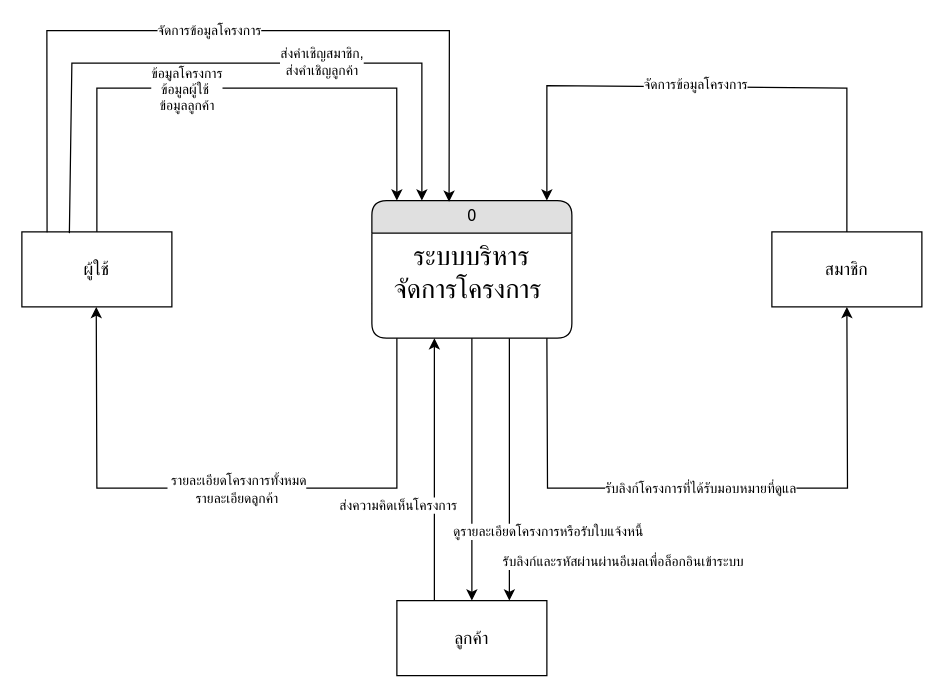
This is dataflow-pms.drawio from NewSnooker/it-udvc-pms, a draw.io file, before an edit. Source tidied: cells renumbered, new cells numbered last; positions are measured from the earlier drawing's top-left corner, leaving out a move shared by most shapes. Both pictures are drawn from the tidied source at 125%, with x=0, y=0 at pixel (21, 30).
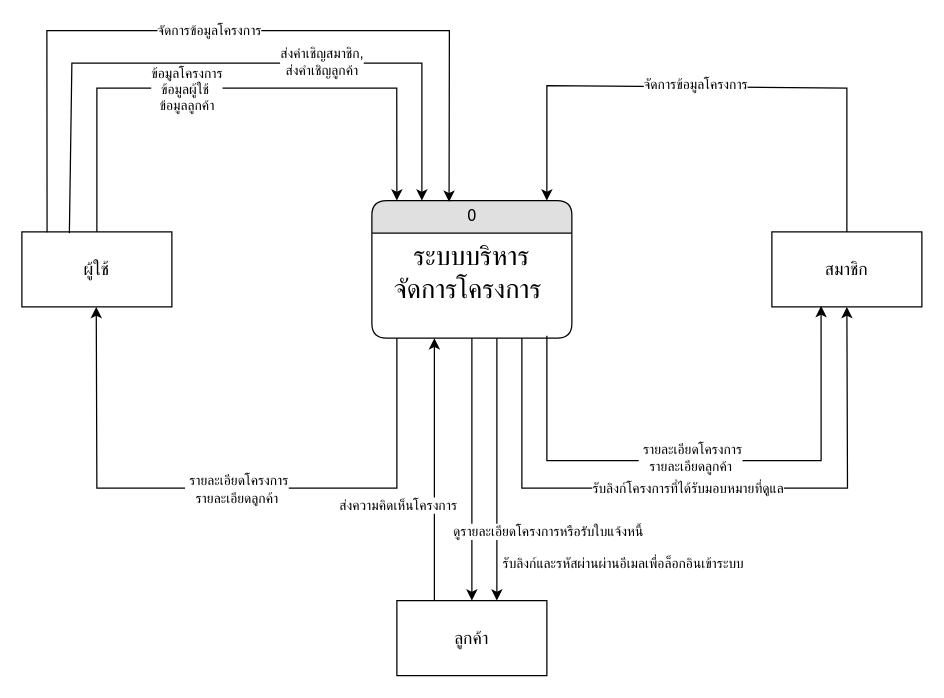
After the change.

Unchanged cells that the change refers to:
```xml
<mxCell id="3" value="0" style="swimlane;html=1;fontStyle=0;horizontal=1;startSize=26;fillColor=#e0e0e0;swimlaneFillColor=#ffffff;align=center;rounded=1;shadow=0;comic=0;labelBackgroundColor=none;strokeWidth=1;fontFamily=Verdana;fontSize=12;" parent="1" vertex="1">
  <mxGeometry x="280" y="136" width="160" height="110" as="geometry" />
</mxCell>
<mxCell id="8" value="&lt;span style=&quot;font-size: 14px; text-wrap-mode: nowrap;&quot;&gt;สมาชิก&lt;/span&gt;" style="whiteSpace=wrap;html=1;" parent="1" vertex="1">
  <mxGeometry x="600" y="161" width="120" height="60" as="geometry" />
</mxCell>
<mxCell id="11" value="&lt;span style=&quot;font-size: 14px; text-wrap-mode: nowrap;&quot;&gt;ลูกค้า&lt;/span&gt;" style="whiteSpace=wrap;html=1;" parent="1" vertex="1">
  <mxGeometry x="300" y="456" width="120" height="60" as="geometry" />
</mxCell>
<mxCell id="16" style="endArrow=classic;html=1;rounded=0;" parent="1" edge="1">
  <mxGeometry relative="1" as="geometry">
    <mxPoint x="300" y="246" as="sourcePoint" />
    <mxPoint x="59.5" y="221" as="targetPoint" />
    <Array as="points">
      <mxPoint x="300" y="366" />
      <mxPoint x="60" y="366" />
    </Array>
  </mxGeometry>
</mxCell>
```

The edit, as a diff of the source:
```diff
@@
-    <mxCell id="14" style="endArrow=classic;html=1;rounded=0;exitX=0.75;exitY=0;exitDx=0;exitDy=0;entryX=0.75;entryY=0;entryDx=0;entryDy=0;" parent="1" edge="1" target="11">
+    <mxCell id="14" style="endArrow=classic;html=1;rounded=0;exitX=0.75;exitY=0;exitDx=0;exitDy=0;entryX=0.75;entryY=0;entryDx=0;entryDy=0;" parent="1" edge="1">
       <mxGeometry x="0.44" y="90" relative="1" as="geometry">
-        <mxPoint x="390" y="246" as="sourcePoint" />
+        <mxPoint x="380" y="246" as="sourcePoint" />
+        <mxPoint x="380" y="456" as="targetPoint" />
       </mxGeometry>
     </mxCell>
-    <mxCell id="15" value="&lt;br&gt;รับลิงก์และรหัสผ่านผ่านอีเมลเพื่อล็อกอินเข้าระบบ" style="edgeLabel;html=1;align=center;verticalAlign=middle;" parent="14" vertex="1">
+    <mxCell id="15" value="รับลิงก์และรหัสผ่านผ่านอีเมลเพื่อล็อกอินเข้าระบบ" style="edgeLabel;html=1;align=center;verticalAlign=middle;" parent="14" vertex="1">
       <mxGeometry x="0.41" y="1" relative="1" as="geometry">
-        <mxPoint x="89" y="23" as="offset" />
+        <mxPoint x="99" y="31" as="offset" />
       </mxGeometry>
     </mxCell>
@@
-    <mxCell id="17" value="&lt;div&gt;&amp;nbsp;รายละเอียดโครงการทั้งหมด&lt;/div&gt;&lt;div&gt;รายละเอียดลูกค้า&lt;/div&gt;" style="edgeLabel;html=1;align=center;verticalAlign=middle;" parent="16" vertex="1">
+    <mxCell id="17" value="&lt;div&gt;&amp;nbsp;รายละเอียดโครงการ&lt;/div&gt;&lt;div&gt;รายละเอียดลูกค้า&lt;/div&gt;" style="edgeLabel;html=1;align=center;verticalAlign=middle;" parent="16" vertex="1">
       <mxGeometry x="-0.04" y="2" relative="1" as="geometry">
         <mxPoint x="-7" y="-2" as="offset" />
       </mxGeometry>
     </mxCell>
-    <mxCell id="18" style="endArrow=classic;html=1;rounded=0;entryX=0.5;entryY=1;entryDx=0;entryDy=0;" parent="1" edge="1" target="8">
+    <mxCell id="18" style="endArrow=classic;html=1;rounded=0;entryX=0.5;entryY=1;entryDx=0;entryDy=0;exitX=0.75;exitY=1;exitDx=0;exitDy=0;" parent="1" edge="1" source="3" target="8">
       <mxGeometry relative="1" as="geometry">
-        <mxPoint x="420" y="246" as="sourcePoint" />
         <Array as="points">
-          <mxPoint x="420.5" y="366" />
+          <mxPoint x="400" y="366" />
           <mxPoint x="660.5" y="366" />
         </Array>
       </mxGeometry>
     </mxCell>
@@
+    <mxCell id="28" style="edgeStyle=orthogonalEdgeStyle;rounded=0;jettySize=auto;html=1;entryX=0.328;entryY=0.987;entryDx=0;entryDy=0;entryPerimeter=0;" parent="1" edge="1" target="8">
+      <mxGeometry relative="1" as="geometry">
+        <mxPoint x="420" y="244" as="sourcePoint" />
+        <Array as="points">
+          <mxPoint x="420" y="344" />
+          <mxPoint x="640" y="344" />
+          <mxPoint x="640" y="220" />
+        </Array>
+      </mxGeometry>
+    </mxCell>
+    <mxCell id="29" value="&lt;div&gt;&amp;nbsp;รายละเอียดโครงการ&lt;/div&gt;&lt;div&gt;รายละเอียดลูกค้า&lt;/div&gt;" style="edgeLabel;html=1;align=center;verticalAlign=middle;" parent="28" vertex="1">
+      <mxGeometry x="0.22" y="3" relative="1" as="geometry">
+        <mxPoint x="-56" as="offset" />
+      </mxGeometry>
+    </mxCell>
```
